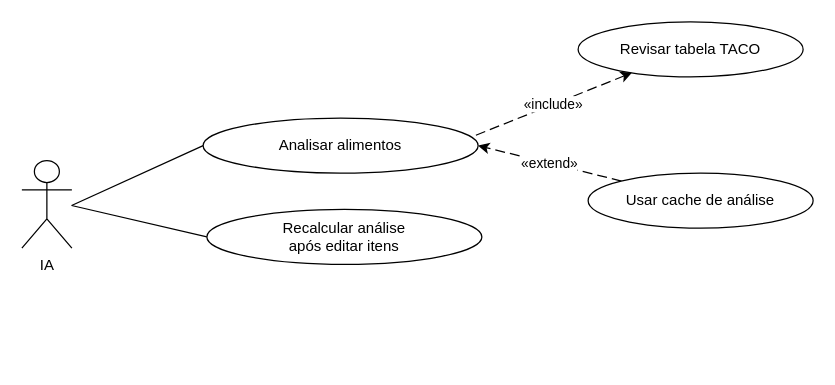
Earlier version of the draw.io diagram page "IA" (4 of 4) of frontend/CasosDeUso.drawio (israelhub/JacalorIA-CONTADOR-DE-CALORIAS). Source tidied: cells renumbered, new cells numbered last; positions are measured from the earlier drawing's top-left corner, leaving out a move shared by most shapes. Both pictures are drawn from the tidied source at 125%, with x=0, y=0 at pixel (21, 21).
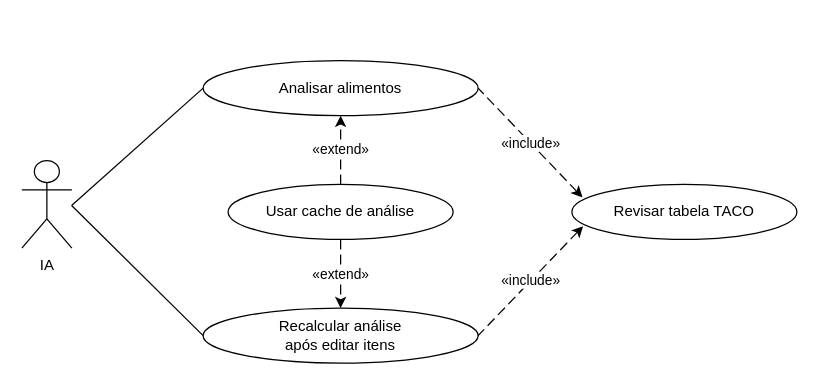
The same diagram, later.

Diff of the diagram source:
```diff
@@
 <mxGraphModel>
   <root>
     <mxCell id="0" />
     <mxCell id="1" parent="0" />
     <mxCell id="2" value="IA" style="shape=umlActor;verticalLabelPosition=bottom;verticalAlign=top;html=1;" parent="1" vertex="1">
       <mxGeometry y="111" width="40" height="70" as="geometry" />
     </mxCell>
     <mxCell id="3" style="endArrow=none;html=1;rounded=0;strokeWidth=1;entryX=0;entryY=0.5;entryDx=0;entryDy=0;" parent="1" edge="1" target="6">
       <mxGeometry relative="1" as="geometry">
         <mxPoint x="39.8" y="146.9" as="sourcePoint" />
       </mxGeometry>
     </mxCell>
     <mxCell id="4" style="endArrow=none;html=1;rounded=0;strokeWidth=1;entryX=0;entryY=0.5;entryDx=0;entryDy=0;" parent="1" edge="1" target="8">
       <mxGeometry relative="1" as="geometry">
         <mxPoint x="39.8" y="146.9" as="sourcePoint" />
       </mxGeometry>
     </mxCell>
-    <mxCell id="5" value="«extend»" style="startArrow=none;html=1;startSize=12;endArrow=classic;dashed=1;dashPattern=8 4;rounded=0;startFill=0;endFill=1;entryX=1;entryY=0.5;entryDx=0;entryDy=0;" parent="1" edge="1" source="7" target="6">
+    <mxCell id="5" value="«extend»" style="startArrow=none;html=1;startSize=12;endArrow=classic;dashed=1;dashPattern=8 4;rounded=0;startFill=0;endFill=1;entryX=0.5;entryY=1;entryDx=0;entryDy=0;" parent="1" edge="1" source="7" target="6">
       <mxGeometry relative="1" as="geometry" />
     </mxCell>
     <mxCell id="6" value="Analisar alimentos" style="ellipse;whiteSpace=wrap;html=1;" parent="1" vertex="1">
-      <mxGeometry x="145" y="77" width="220" height="44" as="geometry" />
+      <mxGeometry x="145" y="31" width="220" height="44" as="geometry" />
     </mxCell>
     <mxCell id="7" value="Usar cache de análise" style="ellipse;whiteSpace=wrap;html=1;" parent="1" vertex="1">
-      <mxGeometry x="453" y="121" width="180" height="44" as="geometry" />
+      <mxGeometry x="165" y="130" width="180" height="44" as="geometry" />
     </mxCell>
     <mxCell id="8" value="Recalcular análise&#10;após editar itens" style="ellipse;whiteSpace=wrap;html=1;" parent="1" vertex="1">
-      <mxGeometry x="148" y="150" width="220" height="44" as="geometry" />
+      <mxGeometry x="145" y="229" width="220" height="44" as="geometry" />
     </mxCell>
     <mxCell id="9" value="Revisar tabela TACO" style="ellipse;whiteSpace=wrap;html=1;" parent="1" vertex="1">
-      <mxGeometry x="445" width="180" height="44" as="geometry" />
+      <mxGeometry x="440" y="130" width="180" height="44" as="geometry" />
     </mxCell>
-    <mxCell id="10" value="«include»" style="endArrow=none;html=1;endSize=12;dashed=1;dashPattern=8 4;rounded=0;startArrow=classic;startFill=1;endFill=0;entryX=0.986;entryY=0.323;entryDx=0;entryDy=0;entryPerimeter=0;" parent="1" edge="1" source="9" target="6">
+    <mxCell id="10" value="«include»" style="endArrow=none;html=1;endSize=12;dashed=1;dashPattern=8 4;rounded=0;startArrow=classic;startFill=1;endFill=0;entryX=1;entryY=0.5;entryDx=0;entryDy=0;exitX=0.047;exitY=0.236;exitDx=0;exitDy=0;exitPerimeter=0;" parent="1" edge="1" source="9" target="6">
       <mxGeometry relative="1" as="geometry" />
     </mxCell>
+    <mxCell id="11" value="«include»" style="endArrow=none;html=1;endSize=12;dashed=1;dashPattern=8 4;rounded=0;startArrow=classic;startFill=1;endFill=0;entryX=1;entryY=0.5;entryDx=0;entryDy=0;exitX=0.05;exitY=0.76;exitDx=0;exitDy=0;exitPerimeter=0;" parent="1" edge="1" source="9" target="8">
+      <mxGeometry relative="1" as="geometry" />
+    </mxCell>
+    <mxCell id="12" value="«extend»" style="startArrow=none;html=1;startSize=12;endArrow=classic;dashed=1;dashPattern=8 4;rounded=0;startFill=0;endFill=1;entryX=0.5;entryY=0;entryDx=0;entryDy=0;exitX=0.5;exitY=1;exitDx=0;exitDy=0;" parent="1" edge="1" source="7" target="8">
+      <mxGeometry relative="1" as="geometry" />
+    </mxCell>
   </root>
 </mxGraphModel>
```
